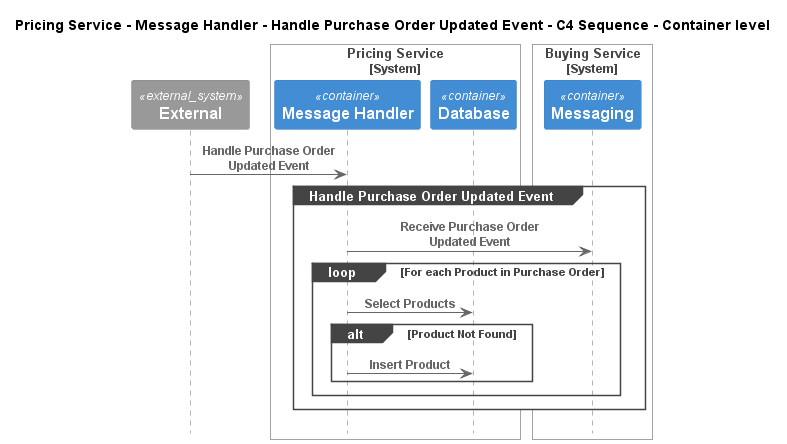
Earlier version of the PlantUML export e-commerce-platform/Software Systems/Pricing Service/Containers/Message Handler/Interfaces/Handle Purchase Order Updated Event/Container - C4 Sequence.png (C4InterFlow/architecture-as-code-samples).
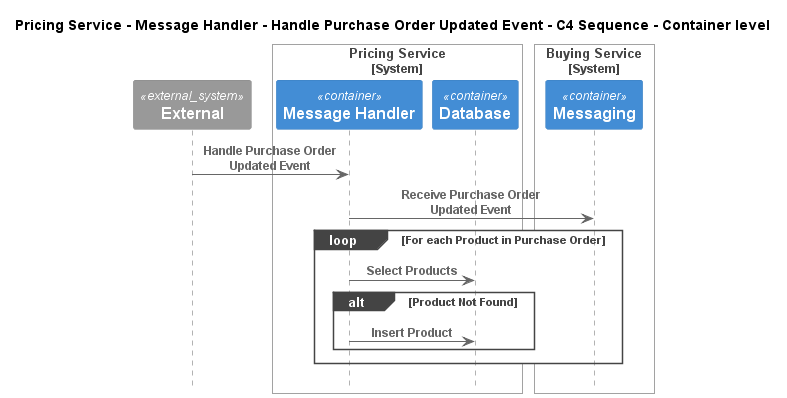
After the commit.

Change to the diagram source:
```diff
@@ -16,7 +16,6 @@
 Boundary_End()
 
 Rel(C4InterFlow.SoftwareSystems.ExternalSystem, ECommercePlatform.SoftwareSystems.PricingService.Containers.MessageHandler, "Handle Purchase Order Updated Event")
-group Handle Purchase Order Updated Event
 Rel(ECommercePlatform.SoftwareSystems.PricingService.Containers.MessageHandler, ECommercePlatform.SoftwareSystems.BuyingService.Containers.Messaging, "Receive Purchase Order Updated Event")
 loop For each Product in Purchase Order
 Rel(ECommercePlatform.SoftwareSystems.PricingService.Containers.MessageHandler, ECommercePlatform.SoftwareSystems.PricingService.Containers.Database, "Select Products")
@@ -24,7 +23,6 @@
 Rel(ECommercePlatform.SoftwareSystems.PricingService.Containers.MessageHandler, ECommercePlatform.SoftwareSystems.PricingService.Containers.Database, "Insert Product")
 end
 end
-end
 
 
 @enduml
```
